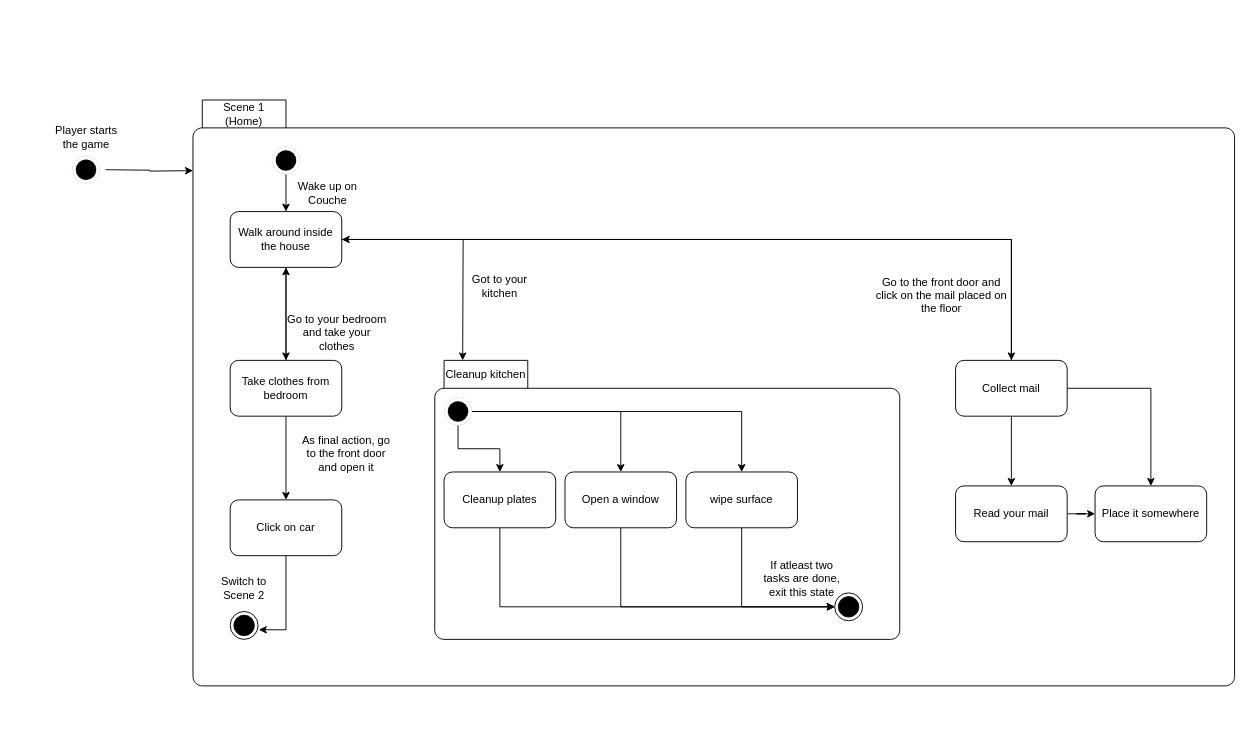
FischkopDev/Game-development-AP-Uni-Heidelberg keeps this draw.io diagram as Diagrams/StateMachineDiagrams/StateMachineScene1.drawio. Above is the earlier version. Source tidied: cells renumbered, new cells numbered last; positions are measured from the earlier drawing's top-left corner, leaving out a move shared by most shapes. Both pictures are drawn from the tidied source at 93%, with x=0, y=0 at pixel (44, 100).
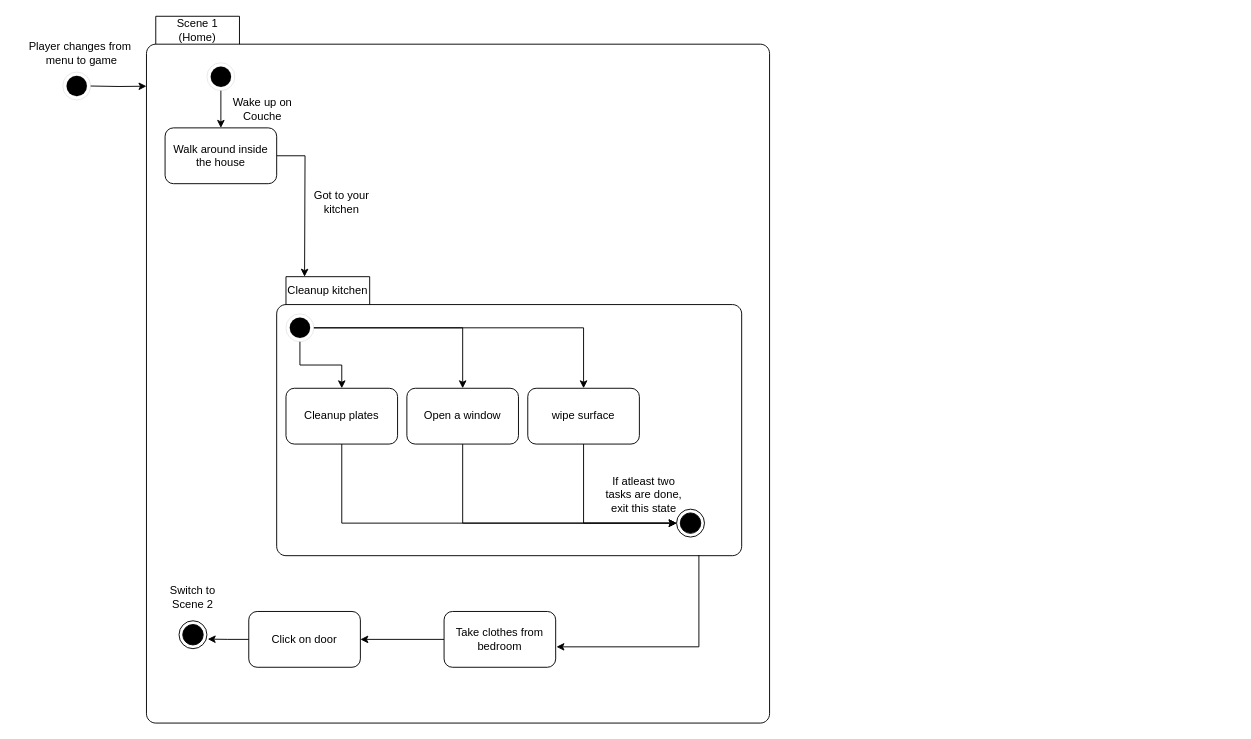
After the change.

The edit, as a diff of the source:
```diff
@@
     <mxCell id="2" style="ellipse;html=1;shape=endState;fillColor=strokeColor;strokeWidth=0;" parent="1" vertex="1">
-      <mxGeometry x="30" y="60" width="30" height="30" as="geometry" />
+      <mxGeometry x="20" y="-30" width="30" height="30" as="geometry" />
     </mxCell>
-    <mxCell id="3" value="Player starts&lt;div&gt;the game&lt;/div&gt;" style="text;html=1;align=center;verticalAlign=middle;strokeColor=none;fillColor=none;" parent="1" vertex="1">
-      <mxGeometry y="20" width="90" height="40" as="geometry" />
+    <mxCell id="3" value="Player changes from&amp;nbsp;&lt;div&gt;menu to game&lt;/div&gt;" style="text;html=1;align=center;verticalAlign=middle;strokeColor=none;fillColor=none;" parent="1" vertex="1">
+      <mxGeometry x="-30" y="-70" width="140" height="40" as="geometry" />
     </mxCell>
     <mxCell id="4" value="Scene 1&lt;div&gt;(Home)&lt;/div&gt;" style="shape=folder;align=center;verticalAlign=middle;fontStyle=0;tabWidth=100;tabHeight=30;tabPosition=left;html=1;boundedLbl=1;labelInHeader=1;rounded=1;absoluteArcSize=1;arcSize=10;whiteSpace=wrap;" parent="1" vertex="1">
-      <mxGeometry x="160" width="1120" height="630" as="geometry" />
+      <mxGeometry x="110" y="-90" width="670" height="760" as="geometry" />
     </mxCell>
     <mxCell id="5" style="edgeStyle=orthogonalEdgeStyle;rounded=0;orthogonalLoop=1;jettySize=auto;html=1;" parent="1" edge="1">
       <mxGeometry relative="1" as="geometry">
-        <mxPoint x="66" y="75" as="sourcePoint" />
-        <mxPoint x="160" y="76" as="targetPoint" />
+        <mxPoint x="50" y="-15" as="sourcePoint" />
+        <mxPoint x="110" y="-14.8" as="targetPoint" />
       </mxGeometry>
     </mxCell>
     <mxCell id="6" style="ellipse;html=1;shape=endState;fillColor=strokeColor;strokeWidth=0;" parent="1" vertex="1">
-      <mxGeometry x="245" y="50" width="30" height="30" as="geometry" />
+      <mxGeometry x="175" y="-40" width="30" height="30" as="geometry" />
     </mxCell>
-    <mxCell id="7" style="edgeStyle=orthogonalEdgeStyle;rounded=0;jettySize=auto;html=1;" parent="1" edge="1" source="10" target="15">
-      <mxGeometry relative="1" as="geometry" />
-    </mxCell>
     <mxCell id="8" style="edgeStyle=orthogonalEdgeStyle;rounded=0;jettySize=auto;html=1;" parent="1" edge="1" source="10">
       <mxGeometry relative="1" as="geometry">
-        <mxPoint x="450" y="280" as="targetPoint" />
+        <mxPoint x="280" y="190" as="targetPoint" />
       </mxGeometry>
     </mxCell>
-    <mxCell id="9" style="edgeStyle=orthogonalEdgeStyle;rounded=0;jettySize=auto;html=1;" parent="1" edge="1" source="10" target="35">
-      <mxGeometry relative="1" as="geometry" />
-    </mxCell>
     <mxCell id="10" value="Walk around inside the house" style="rounded=1;whiteSpace=wrap;html=1;" parent="1" vertex="1">
-      <mxGeometry x="200" y="120" width="120" height="60" as="geometry" />
+      <mxGeometry x="130" y="30" width="120" height="60" as="geometry" />
     </mxCell>
-    <mxCell id="11" style="edgeStyle=orthogonalEdgeStyle;rounded=0;jettySize=auto;html=1;exitX=0.5;exitY=1;exitDx=0;exitDy=0;" parent="1" edge="1" source="6">
-      <mxGeometry relative="1" as="geometry">
-        <mxPoint x="260" y="120" as="targetPoint" />
-      </mxGeometry>
+    <mxCell id="11" style="edgeStyle=orthogonalEdgeStyle;rounded=0;jettySize=auto;html=1;exitX=0.5;exitY=1;exitDx=0;exitDy=0;entryX=0.5;entryY=0;entryDx=0;entryDy=0;" parent="1" edge="1" source="6" target="10">
+      <mxGeometry relative="1" as="geometry" />
     </mxCell>
     <mxCell id="12" value="Wake up on Couche" style="text;html=1;align=center;verticalAlign=middle;whiteSpace=wrap;rounded=0;" parent="1" vertex="1">
-      <mxGeometry x="270" y="80" width="70" height="40" as="geometry" />
+      <mxGeometry x="200" y="-10" width="70" height="40" as="geometry" />
     </mxCell>
-    <mxCell id="13" style="edgeStyle=orthogonalEdgeStyle;rounded=0;jettySize=auto;html=1;entryX=0.5;entryY=1;entryDx=0;entryDy=0;" parent="1" edge="1" source="15" target="10">
-      <mxGeometry relative="1" as="geometry" />
-    </mxCell>
@@
     <mxCell id="15" value="Take clothes from bedroom" style="rounded=1;whiteSpace=wrap;html=1;" parent="1" vertex="1">
-      <mxGeometry x="200" y="280" width="120" height="60" as="geometry" />
+      <mxGeometry x="430" y="550" width="120" height="60" as="geometry" />
     </mxCell>
     <mxCell id="16" style="ellipse;html=1;shape=endState;fillColor=strokeColor;" parent="1" vertex="1">
-      <mxGeometry x="200" y="550" width="30" height="30" as="geometry" />
+      <mxGeometry x="145" y="560" width="30" height="30" as="geometry" />
     </mxCell>
     <mxCell id="17" value="Switch to Scene 2" style="text;html=1;align=center;verticalAlign=middle;whiteSpace=wrap;rounded=0;" parent="1" vertex="1">
-      <mxGeometry x="185" y="510" width="60" height="30" as="geometry" />
+      <mxGeometry x="130" y="520" width="60" height="30" as="geometry" />
     </mxCell>
-    <mxCell id="18" value="Go to your bedroom and take your clothes" style="text;html=1;align=center;verticalAlign=middle;whiteSpace=wrap;rounded=0;" parent="1" vertex="1">
-      <mxGeometry x="260" y="230" width="110" height="40" as="geometry" />
-    </mxCell>
     <mxCell id="19" value="Cleanup kitchen" style="shape=folder;align=center;verticalAlign=middle;fontStyle=0;tabWidth=100;tabHeight=30;tabPosition=left;html=1;boundedLbl=1;labelInHeader=1;rounded=1;absoluteArcSize=1;arcSize=10;whiteSpace=wrap;" parent="1" vertex="1">
-      <mxGeometry x="420" y="280" width="500" height="300" as="geometry" />
+      <mxGeometry x="250" y="190" width="500" height="300" as="geometry" />
     </mxCell>
@@
     <mxCell id="23" style="ellipse;html=1;shape=endState;fillColor=strokeColor;strokeWidth=0;" parent="1" vertex="1">
-      <mxGeometry x="430" y="320" width="30" height="30" as="geometry" />
+      <mxGeometry x="260" y="230" width="30" height="30" as="geometry" />
     </mxCell>
     <mxCell id="24" style="edgeStyle=orthogonalEdgeStyle;rounded=0;jettySize=auto;html=1;entryX=0;entryY=0.5;entryDx=0;entryDy=0;" parent="1" edge="1" source="25" target="30">
       <mxGeometry relative="1" as="geometry">
         <Array as="points">
-          <mxPoint x="490" y="545" />
+          <mxPoint x="320" y="455" />
         </Array>
       </mxGeometry>
     </mxCell>
     <mxCell id="25" value="Cleanup plates" style="rounded=1;whiteSpace=wrap;html=1;" parent="1" vertex="1">
-      <mxGeometry x="430" y="400" width="120" height="60" as="geometry" />
+      <mxGeometry x="260" y="310" width="120" height="60" as="geometry" />
     </mxCell>
     <mxCell id="26" style="edgeStyle=orthogonalEdgeStyle;rounded=0;jettySize=auto;html=1;entryX=0;entryY=0.5;entryDx=0;entryDy=0;" parent="1" edge="1" source="27" target="30">
       <mxGeometry relative="1" as="geometry">
         <Array as="points">
-          <mxPoint x="620" y="545" />
+          <mxPoint x="450" y="455" />
         </Array>
       </mxGeometry>
     </mxCell>
     <mxCell id="27" value="Open a window" style="rounded=1;whiteSpace=wrap;html=1;" parent="1" vertex="1">
-      <mxGeometry x="560" y="400" width="120" height="60" as="geometry" />
+      <mxGeometry x="390" y="310" width="120" height="60" as="geometry" />
     </mxCell>
     <mxCell id="28" style="edgeStyle=orthogonalEdgeStyle;rounded=0;jettySize=auto;html=1;entryX=0;entryY=0.5;entryDx=0;entryDy=0;" parent="1" edge="1" source="29" target="30">
       <mxGeometry relative="1" as="geometry">
         <Array as="points">
-          <mxPoint x="750" y="545" />
+          <mxPoint x="580" y="455" />
         </Array>
       </mxGeometry>
     </mxCell>
     <mxCell id="29" value="wipe surface" style="rounded=1;whiteSpace=wrap;html=1;" parent="1" vertex="1">
-      <mxGeometry x="690" y="400" width="120" height="60" as="geometry" />
+      <mxGeometry x="520" y="310" width="120" height="60" as="geometry" />
     </mxCell>
     <mxCell id="30" style="ellipse;html=1;shape=endState;fillColor=strokeColor;" parent="1" vertex="1">
-      <mxGeometry x="850" y="530" width="30" height="30" as="geometry" />
+      <mxGeometry x="680" y="440" width="30" height="30" as="geometry" />
     </mxCell>
     <mxCell id="31" value="If atleast two tasks are done, exit this state" style="text;html=1;align=center;verticalAlign=middle;whiteSpace=wrap;rounded=0;" parent="1" vertex="1">
-      <mxGeometry x="770" y="490" width="90" height="50" as="geometry" />
+      <mxGeometry x="600" y="400" width="90" height="50" as="geometry" />
     </mxCell>
-    <mxCell id="32" style="edgeStyle=orthogonalEdgeStyle;rounded=0;jettySize=auto;html=1;" parent="1" edge="1" source="35" target="37">
-      <mxGeometry relative="1" as="geometry" />
-    </mxCell>
-    <mxCell id="33" style="edgeStyle=orthogonalEdgeStyle;rounded=0;jettySize=auto;html=1;" parent="1" edge="1" source="35" target="40">
-      <mxGeometry relative="1" as="geometry" />
-    </mxCell>
-    <mxCell id="34" style="edgeStyle=orthogonalEdgeStyle;rounded=0;jettySize=auto;html=1;entryX=1;entryY=0.5;entryDx=0;entryDy=0;" parent="1" edge="1" source="35" target="10">
-      <mxGeometry relative="1" as="geometry">
-        <Array as="points">
-          <mxPoint x="1040" y="150" />
-        </Array>
-      </mxGeometry>
-    </mxCell>
-    <mxCell id="35" value="Collect mail" style="rounded=1;whiteSpace=wrap;html=1;" parent="1" vertex="1">
-      <mxGeometry x="980" y="280" width="120" height="60" as="geometry" />
-    </mxCell>
-    <mxCell id="36" style="edgeStyle=orthogonalEdgeStyle;rounded=0;jettySize=auto;html=1;entryX=0;entryY=0.5;entryDx=0;entryDy=0;" parent="1" edge="1" source="37" target="40">
-      <mxGeometry relative="1" as="geometry" />
-    </mxCell>
-    <mxCell id="37" value="Read your mail" style="rounded=1;whiteSpace=wrap;html=1;" parent="1" vertex="1">
-      <mxGeometry x="980" y="415" width="120" height="60" as="geometry" />
-    </mxCell>
     <mxCell id="38" value="Got to your kitchen" style="text;html=1;align=center;verticalAlign=middle;whiteSpace=wrap;rounded=0;" parent="1" vertex="1">
-      <mxGeometry x="455" y="180" width="70" height="40" as="geometry" />
+      <mxGeometry x="285" y="90" width="70" height="40" as="geometry" />
     </mxCell>
-    <mxCell id="39" value="Go to the front door and click on the mail placed on the floor" style="text;html=1;align=center;verticalAlign=middle;whiteSpace=wrap;rounded=0;" parent="1" vertex="1">
-      <mxGeometry x="890" y="180" width="150" height="60" as="geometry" />
-    </mxCell>
-    <mxCell id="40" value="Place it somewhere" style="rounded=1;whiteSpace=wrap;html=1;" parent="1" vertex="1">
-      <mxGeometry x="1130" y="415" width="120" height="60" as="geometry" />
-    </mxCell>
-    <mxCell id="41" value="As final action, go to the front door and open it" style="text;html=1;align=center;verticalAlign=middle;whiteSpace=wrap;rounded=0;" parent="1" vertex="1">
-      <mxGeometry x="270" y="360" width="110" height="40" as="geometry" />
-    </mxCell>
-    <mxCell id="42" value="Click on car" style="rounded=1;whiteSpace=wrap;html=1;" parent="1" vertex="1">
-      <mxGeometry x="200" y="430" width="120" height="60" as="geometry" />
+    <mxCell id="42" value="Click on door" style="rounded=1;whiteSpace=wrap;html=1;" parent="1" vertex="1">
+      <mxGeometry x="220" y="550" width="120" height="60" as="geometry" />
     </mxCell>
@@
+    <mxCell id="44" style="edgeStyle=orthogonalEdgeStyle;rounded=0;jettySize=auto;html=1;entryX=1.007;entryY=0.634;entryDx=0;entryDy=0;entryPerimeter=0;exitX=0.908;exitY=0.998;exitDx=0;exitDy=0;exitPerimeter=0;" parent="1" edge="1" source="19" target="15">
+      <mxGeometry relative="1" as="geometry" />
+    </mxCell>
```
